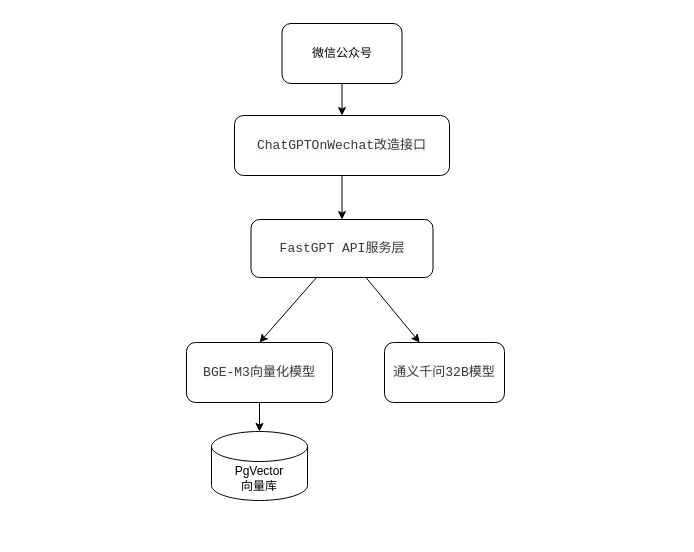
The draw.io diagram 未命名绘图.drawio in xglabc/drawio, before the edit. Source tidied: cells renumbered, new cells numbered last; positions are measured from the earlier drawing's top-left corner, leaving out a move shared by most shapes. Both pictures are drawn from the tidied source at 100%, with x=0, y=0 at pixel (186, 23).
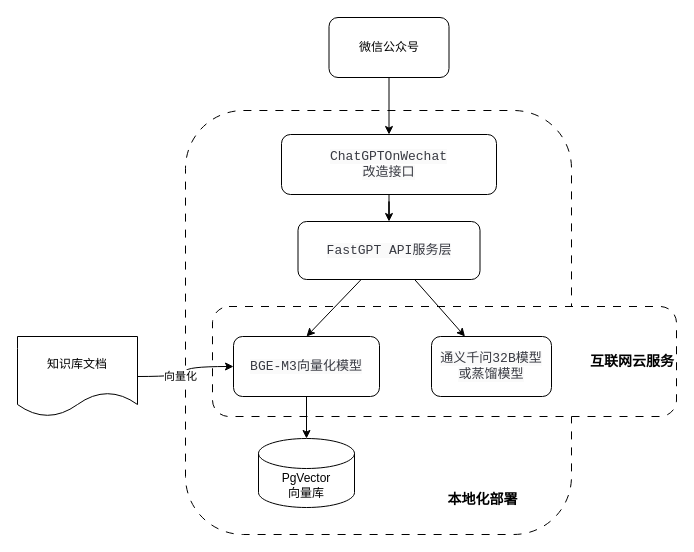
Above is the later version.

Commit message:
更新未命名绘图.drawio

Diff of the diagram source:
```diff
@@
 <mxGraphModel>
   <root>
     <mxCell id="0" />
     <mxCell id="1" parent="0" />
+    <mxCell id="13" style="rounded=1;whiteSpace=wrap;html=1;dashed=1;dashPattern=8 8;" parent="1" vertex="1">
+      <mxGeometry x="-1" y="87" width="386" height="424" as="geometry" />
+    </mxCell>
+    <mxCell id="14" value="互联网云服务" style="rounded=1;whiteSpace=wrap;html=1;shadow=0;align=right;dashed=1;dashPattern=8 8;fontStyle=1;fontSize=14;" parent="1" vertex="1">
+      <mxGeometry x="26" y="283" width="464" height="110" as="geometry" />
+    </mxCell>
     <mxCell id="2" style="rounded=0;jettySize=auto;html=1;" parent="1" edge="1" source="3" target="5">
       <mxGeometry relative="1" as="geometry" />
     </mxCell>
     <mxCell id="3" value="微信公众号" style="rounded=1;whiteSpace=wrap;html=1;" parent="1" vertex="1">
-      <mxGeometry x="95.5" width="120" height="60" as="geometry" />
+      <mxGeometry x="142.5" y="-6" width="120" height="60" as="geometry" />
     </mxCell>
     <mxCell id="4" style="edgeStyle=orthogonalEdgeStyle;rounded=0;jettySize=auto;html=1;" parent="1" edge="1" source="5" target="8">
       <mxGeometry relative="1" as="geometry" />
     </mxCell>
-    <mxCell id="5" value="&lt;span style=&quot;color: rgb(56, 58, 66); font-family: &amp;quot;Cascadia Code&amp;quot;, &amp;quot;Fira Code&amp;quot;, Consolas, monospace; font-size: 13px; text-align: left; white-space: pre; background-color: rgb(250, 250, 250);&quot;&gt;ChatGPTOnWechat改造接口&lt;/span&gt;" style="rounded=1;whiteSpace=wrap;html=1;" parent="1" vertex="1">
-      <mxGeometry x="48" y="92" width="215" height="60" as="geometry" />
+    <mxCell id="5" value="&lt;span style=&quot;color: rgb(56, 58, 66); font-family: &amp;quot;Cascadia Code&amp;quot;, &amp;quot;Fira Code&amp;quot;, Consolas, monospace; font-size: 13px; text-align: left; white-space: pre; background-color: rgb(250, 250, 250);&quot;&gt;ChatGPTOnWechat&lt;br/&gt;改造接口&lt;/span&gt;" style="rounded=1;whiteSpace=wrap;html=1;" parent="1" vertex="1">
+      <mxGeometry x="95" y="111" width="215" height="60" as="geometry" />
     </mxCell>
     <mxCell id="6" style="rounded=0;jettySize=auto;html=1;entryX=0.5;entryY=0;entryDx=0;entryDy=0;" parent="1" edge="1" source="8" target="10">
       <mxGeometry relative="1" as="geometry" />
     </mxCell>
     <mxCell id="7" style="rounded=0;jettySize=auto;html=1;" parent="1" edge="1" source="8" target="11">
       <mxGeometry relative="1" as="geometry" />
     </mxCell>
     <mxCell id="8" value="&lt;span style=&quot;color: rgb(56, 58, 66); font-family: &amp;quot;Cascadia Code&amp;quot;, &amp;quot;Fira Code&amp;quot;, Consolas, monospace; font-size: 13px; text-align: left; white-space: pre; background-color: rgb(250, 250, 250);&quot;&gt;FastGPT API服务层&lt;/span&gt;" style="rounded=1;whiteSpace=wrap;html=1;" parent="1" vertex="1">
-      <mxGeometry x="64.5" y="196" width="182" height="58" as="geometry" />
+      <mxGeometry x="111.5" y="198" width="182" height="58" as="geometry" />
     </mxCell>
     <mxCell id="9" style="edgeStyle=orthogonalEdgeStyle;rounded=0;jettySize=auto;html=1;exitX=0.5;exitY=1;exitDx=0;exitDy=0;" parent="1" edge="1" source="10" target="12">
       <mxGeometry relative="1" as="geometry" />
     </mxCell>
     <mxCell id="10" value="&lt;span style=&quot;color: rgb(56, 58, 66); font-family: &amp;quot;Cascadia Code&amp;quot;, &amp;quot;Fira Code&amp;quot;, Consolas, monospace; font-size: 13px; text-align: left; white-space: pre; background-color: rgb(250, 250, 250);&quot;&gt;BGE-M3向量化模型&lt;/span&gt;" style="rounded=1;whiteSpace=wrap;html=1;" parent="1" vertex="1">
-      <mxGeometry y="319" width="146" height="60" as="geometry" />
+      <mxGeometry x="47" y="313" width="146" height="60" as="geometry" />
     </mxCell>
-    <mxCell id="11" value="&lt;span style=&quot;color: rgb(56, 58, 66); font-family: &amp;quot;Cascadia Code&amp;quot;, &amp;quot;Fira Code&amp;quot;, Consolas, monospace; font-size: 13px; text-align: left; white-space: pre; background-color: rgb(250, 250, 250);&quot;&gt;通义千问32B模型&lt;/span&gt;" style="rounded=1;whiteSpace=wrap;html=1;" parent="1" vertex="1">
-      <mxGeometry x="198" y="319" width="120" height="60" as="geometry" />
+    <mxCell id="11" value="&lt;span style=&quot;color: rgb(56, 58, 66); font-family: &amp;quot;Cascadia Code&amp;quot;, &amp;quot;Fira Code&amp;quot;, Consolas, monospace; font-size: 13px; text-align: left; white-space: pre; background-color: rgb(250, 250, 250);&quot;&gt;通义千问32B模型&lt;br/&gt;或蒸馏模型&lt;/span&gt;" style="rounded=1;whiteSpace=wrap;html=1;" parent="1" vertex="1">
+      <mxGeometry x="245" y="313" width="120" height="60" as="geometry" />
     </mxCell>
     <mxCell id="12" value="PgVector&lt;div&gt;向量库&lt;/div&gt;" style="shape=cylinder3;whiteSpace=wrap;html=1;boundedLbl=1;backgroundOutline=1;size=15;" parent="1" vertex="1">
-      <mxGeometry x="25" y="408" width="96" height="69" as="geometry" />
+      <mxGeometry x="72" y="415" width="96" height="69" as="geometry" />
     </mxCell>
+    <mxCell id="15" style="edgeStyle=orthogonalEdgeStyle;rounded=0;jettySize=auto;html=1;curved=1;" parent="1" edge="1" source="17" target="10">
+      <mxGeometry relative="1" as="geometry" />
+    </mxCell>
+    <mxCell id="16" value="向量化" style="edgeLabel;html=1;align=center;verticalAlign=middle;" parent="15" vertex="1">
+      <mxGeometry x="-0.21" y="1" relative="1" as="geometry" />
+    </mxCell>
+    <mxCell id="17" value="知识库文档" style="shape=document;whiteSpace=wrap;html=1;boundedLbl=1;" parent="1" vertex="1">
+      <mxGeometry x="-169" y="313" width="120" height="80" as="geometry" />
+    </mxCell>
+    <mxCell id="18" value="本地化部署" style="text;html=1;align=center;verticalAlign=middle;whiteSpace=wrap;rounded=0;fontStyle=1;fontSize=14;" parent="1" vertex="1">
+      <mxGeometry x="252" y="461" width="89" height="30" as="geometry" />
+    </mxCell>
   </root>
 </mxGraphModel>
```
